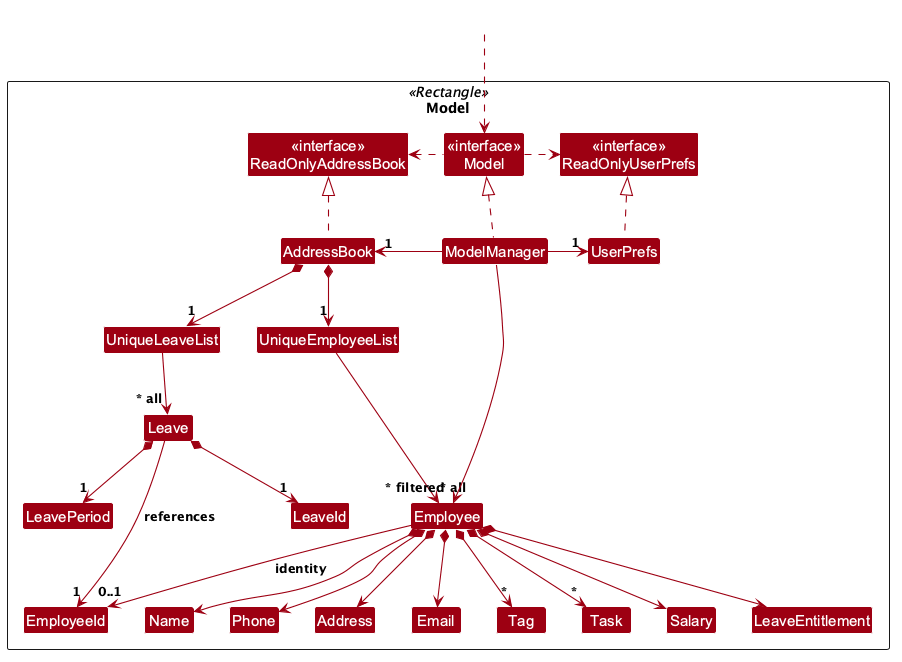
This is docs/images/ModelClassDiagram.png from AY2627S1-CS2103T-T16-3/tp, a PlantUML export, as it was before one commit.
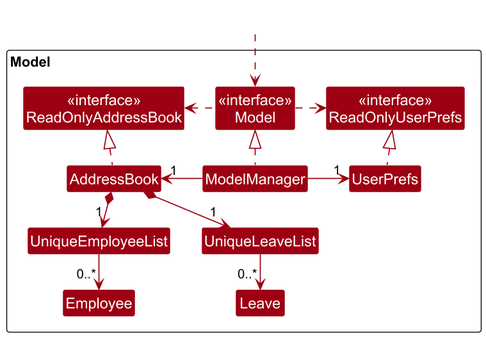
Above is the later version.

Commit message:
docs: split model diagrams and clarify leave identity

Change to the diagram source:
```diff
@@ -1,10 +1,16 @@
 @startuml
 !include style.puml
+skinparam dpi 150
 skinparam arrowThickness 1.1
 skinparam arrowColor MODEL_COLOR
 skinparam classBackgroundColor MODEL_COLOR
+skinparam ArrowFontStyle plain
+skinparam packageTitleAlignment left
+skinparam defaultTextAlignment left
+skinparam nodesep 30
+skinparam ranksep 35
 
-Package Model as ModelPackage <<Rectangle>>{
+package Model as ModelPackage <<Rectangle>> {
 Class "<<interface>>\nReadOnlyAddressBook" as ReadOnlyAddressBook
 Class "<<interface>>\nReadOnlyUserPrefs" as ReadOnlyUserPrefs
 Class "<<interface>>\nModel" as Model
@@ -15,27 +21,13 @@
 Class UniqueEmployeeList
 Class UniqueLeaveList
 Class Employee
-Class EmployeeId
-Class Address
-Class Email
-Class Name
-Class Phone
-Class Tag
-Class Task
-Class Salary
-Class LeaveEntitlement
 Class Leave
-Class LeaveId
-Class LeavePeriod
-
-Class I #FFFFFF
 }
 
 Class HiddenOutside #FFFFFF
 HiddenOutside ..> Model
 
 AddressBook .up.|> ReadOnlyAddressBook
-
 ModelManager .up.|> Model
 Model .right.> ReadOnlyUserPrefs
 Model .left.> ReadOnlyAddressBook
@@ -43,31 +35,8 @@
 ModelManager -right-> "1" UserPrefs
 UserPrefs .up.|> ReadOnlyUserPrefs
 
-AddressBook *--> "1" UniqueEmployeeList
-AddressBook *--> "1" UniqueLeaveList
-UniqueEmployeeList --> "~* all" Employee
-UniqueLeaveList --> "~* all" Leave
-
-Employee --> "0..1" EmployeeId : identity
-Employee *--> Name
-Employee *--> Phone
-Employee *--> Email
-Employee *--> Address
-Employee *--> "*" Tag
-Employee *--> "*" Task
-Employee *--> Salary
-Employee *--> LeaveEntitlement
-
-Leave *--> "1" LeaveId
-Leave --> "1" EmployeeId : references
-Leave *--> "1" LeavePeriod
-
-Employee -[hidden]up--> I
-UniqueEmployeeList -[hidden]right-> I
-UniqueLeaveList -[hidden]left-> I
-
-Name -[hidden]right-> Phone
-Phone -[hidden]right-> Address
-Address -[hidden]right-> Email
-ModelManager --> "~* filtered" Employee
+AddressBook *-down-> "1" UniqueEmployeeList
+AddressBook *-down-> "1" UniqueLeaveList
+UniqueEmployeeList -down-> "0..*" Employee
+UniqueLeaveList -down-> "0..*" Leave
 @enduml
```
